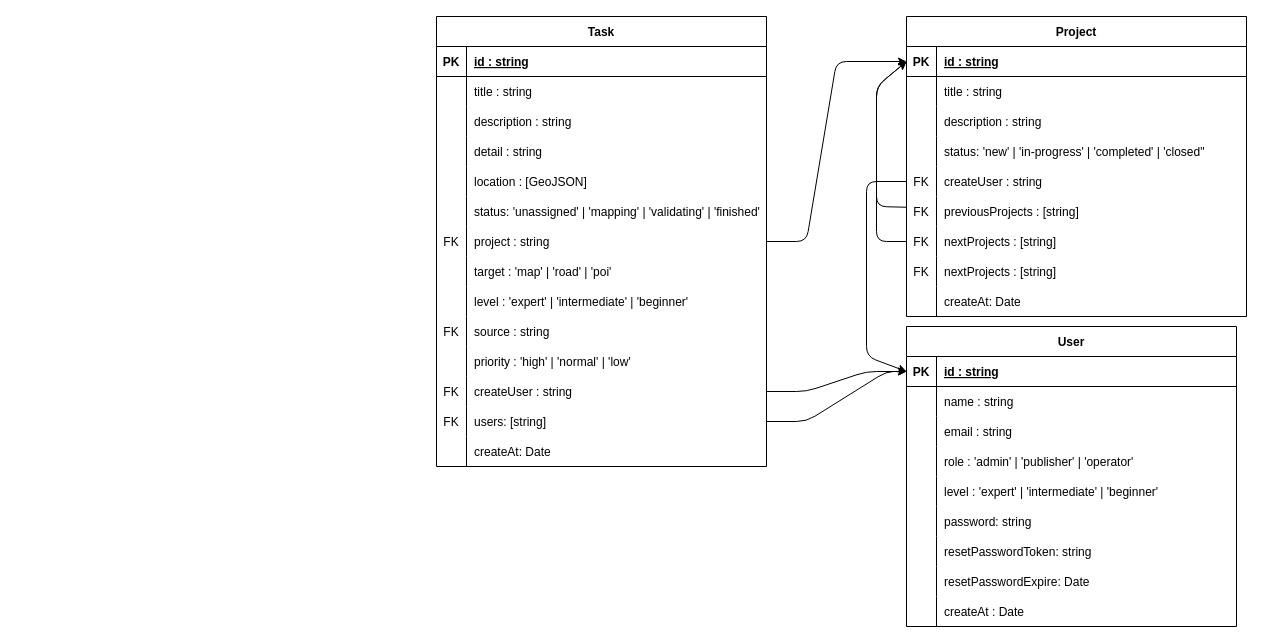
This is doc/db-design.drawio from shomrkm/map-masking-manager, a draw.io file, before an edit. Source tidied: cells renumbered, new cells numbered last; positions are measured from the earlier drawing's top-left corner, leaving out a move shared by most shapes. Both pictures are drawn from the tidied source at 100%, with x=0, y=0 at pixel (436, 16).
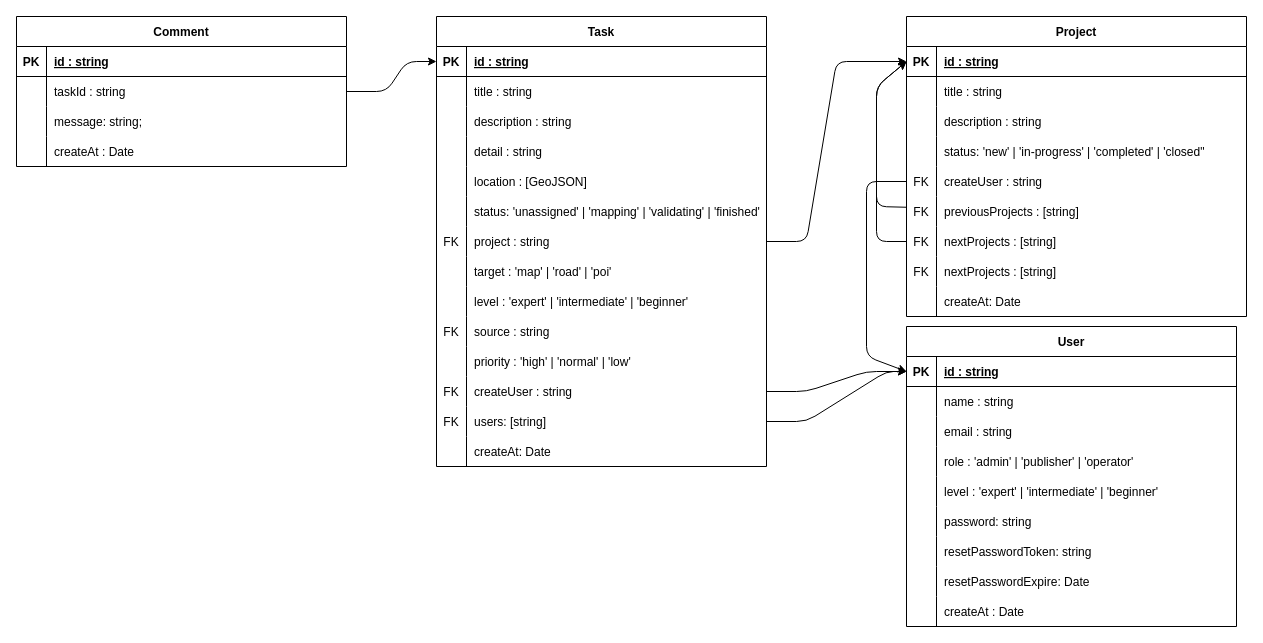
The same diagram, later.

Commit message:
doc: Add Comment schema.

Unchanged cells that the change refers to:
```xml
<mxCell id="3" style="shape=partialRectangle;fillColor=none;top=0;left=0;bottom=1;right=0;points=[[0,0.5],[1,0.5]];portConstraint=eastwest;" parent="2" vertex="1">
  <mxGeometry y="30" width="330" height="30" as="geometry" />
</mxCell>
```

Diff of the diagram source:
```diff
@@
+    <mxCell id="107" value="Comment" style="shape=table;startSize=30;childLayout=tableLayout;rowLines=0;fontStyle=1;align=center;" parent="1" vertex="1">
+      <mxGeometry x="-420" width="330" height="150" as="geometry" />
+    </mxCell>
+    <mxCell id="108" style="shape=partialRectangle;fillColor=none;top=0;left=0;bottom=1;right=0;" parent="107" vertex="1">
+      <mxGeometry y="30" width="330" height="30" as="geometry" />
+    </mxCell>
+    <mxCell id="109" value="PK" style="shape=partialRectangle;fillColor=none;top=0;left=0;bottom=0;right=0;fontStyle=1;overflow=hidden;" parent="108" vertex="1">
+      <mxGeometry width="30" height="30" as="geometry" />
+    </mxCell>
+    <mxCell id="110" value="id : string" style="shape=partialRectangle;fillColor=none;top=0;left=0;bottom=0;right=0;align=left;spacingLeft=6;fontStyle=5;overflow=hidden;" parent="108" vertex="1">
+      <mxGeometry x="30" width="300" height="30" as="geometry" />
+    </mxCell>
+    <mxCell id="111" style="shape=partialRectangle;fillColor=none;top=0;left=0;bottom=0;right=0;points=[[0,0.5],[1,0.5]];portConstraint=eastwest;" parent="107" vertex="1">
+      <mxGeometry y="60" width="330" height="30" as="geometry" />
+    </mxCell>
+    <mxCell id="112" style="shape=partialRectangle;fillColor=none;top=0;left=0;bottom=0;right=0;overflow=hidden;" parent="111" vertex="1">
+      <mxGeometry width="30" height="30" as="geometry" />
+    </mxCell>
+    <mxCell id="113" value="taskId : string" style="shape=partialRectangle;fillColor=none;top=0;left=0;bottom=0;right=0;align=left;spacingLeft=6;overflow=hidden;" parent="111" vertex="1">
+      <mxGeometry x="30" width="300" height="30" as="geometry" />
+    </mxCell>
+    <mxCell id="114" style="shape=partialRectangle;fillColor=none;top=0;left=0;bottom=0;right=0;" parent="107" vertex="1">
+      <mxGeometry y="90" width="330" height="30" as="geometry" />
+    </mxCell>
+    <mxCell id="115" style="shape=partialRectangle;fillColor=none;top=0;left=0;bottom=0;right=0;overflow=hidden;" parent="114" vertex="1">
+      <mxGeometry width="30" height="30" as="geometry" />
+    </mxCell>
+    <mxCell id="116" value="message: string;" style="shape=partialRectangle;fillColor=none;top=0;left=0;bottom=0;right=0;align=left;spacingLeft=6;overflow=hidden;" parent="114" vertex="1">
+      <mxGeometry x="30" width="300" height="30" as="geometry" />
+    </mxCell>
+    <mxCell id="117" style="shape=partialRectangle;fillColor=none;top=0;left=0;bottom=0;right=0;" parent="107" vertex="1">
+      <mxGeometry y="120" width="330" height="30" as="geometry" />
+    </mxCell>
+    <mxCell id="118" style="shape=partialRectangle;fillColor=none;top=0;left=0;bottom=0;right=0;overflow=hidden;" parent="117" vertex="1">
+      <mxGeometry width="30" height="30" as="geometry" />
+    </mxCell>
+    <mxCell id="119" value="createAt : Date" style="shape=partialRectangle;fillColor=none;top=0;left=0;bottom=0;right=0;align=left;spacingLeft=6;overflow=hidden;" parent="117" vertex="1">
+      <mxGeometry x="30" width="300" height="30" as="geometry" />
+    </mxCell>
+    <mxCell id="120" style="edgeStyle=none;html=1;entryX=0;entryY=0.5;entryDx=0;entryDy=0;exitX=1;exitY=0.5;exitDx=0;exitDy=0;" parent="1" edge="1" source="111" target="3">
+      <mxGeometry relative="1" as="geometry">
+        <Array as="points">
+          <mxPoint x="-50" y="75" />
+          <mxPoint x="-30" y="45" />
+        </Array>
+      </mxGeometry>
+    </mxCell>
```
